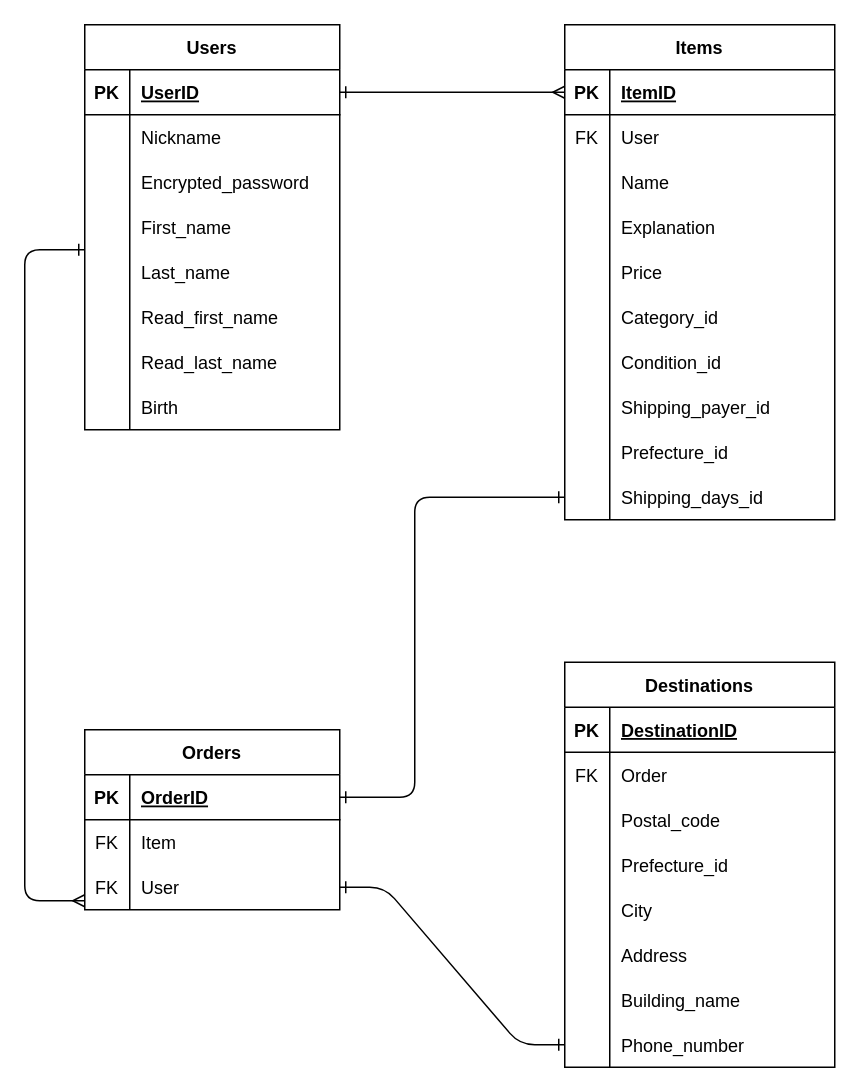
This is furima-40424.dio from Ren-40424/furima-40424, a draw.io file, before an edit. Source tidied: cells renumbered, new cells numbered last; positions are measured from the earlier drawing's top-left corner, leaving out a move shared by most shapes. Both pictures are drawn from the tidied source at 150%, with x=0, y=0 at pixel (24, 24).
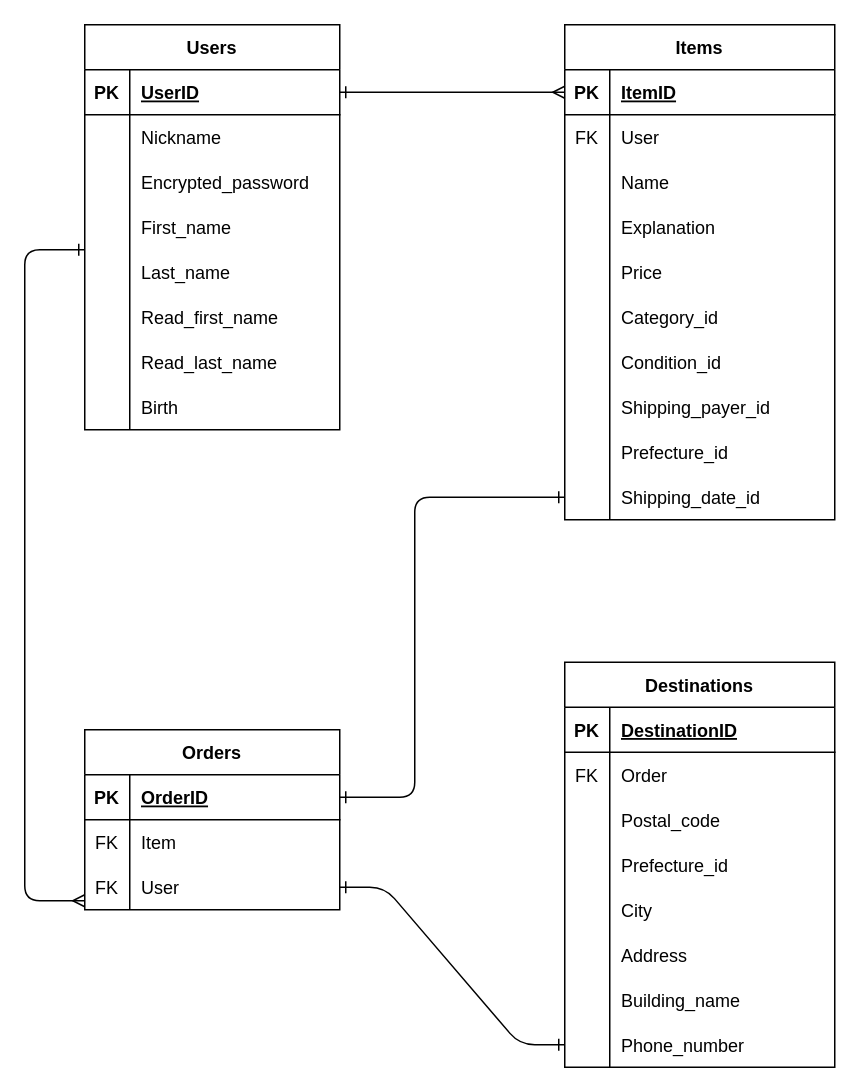
The same page after the edit.

The change refers to these unchanged cells:
```xml
<mxCell id="55" style="shape=tableRow;horizontal=0;startSize=0;swimlaneHead=0;swimlaneBody=0;fillColor=none;points=[[0,0.5],[1,0.5]];portConstraint=eastwest;top=0;left=0;right=0;bottom=0;" parent="27" vertex="1">
  <mxGeometry y="300" width="180" height="30" as="geometry" />
</mxCell>
```

Change to the diagram source:
```diff
@@
-    <mxCell id="57" value="Shipping_days_id" style="shape=partialRectangle;fillColor=none;top=0;left=0;bottom=0;right=0;align=left;spacingLeft=6;overflow=hidden;" parent="55" vertex="1">
+    <mxCell id="57" value="Shipping_date_id" style="shape=partialRectangle;fillColor=none;top=0;left=0;bottom=0;right=0;align=left;spacingLeft=6;overflow=hidden;" parent="55" vertex="1">
       <mxGeometry x="30" width="150" height="30" as="geometry" />
     </mxCell>
```
